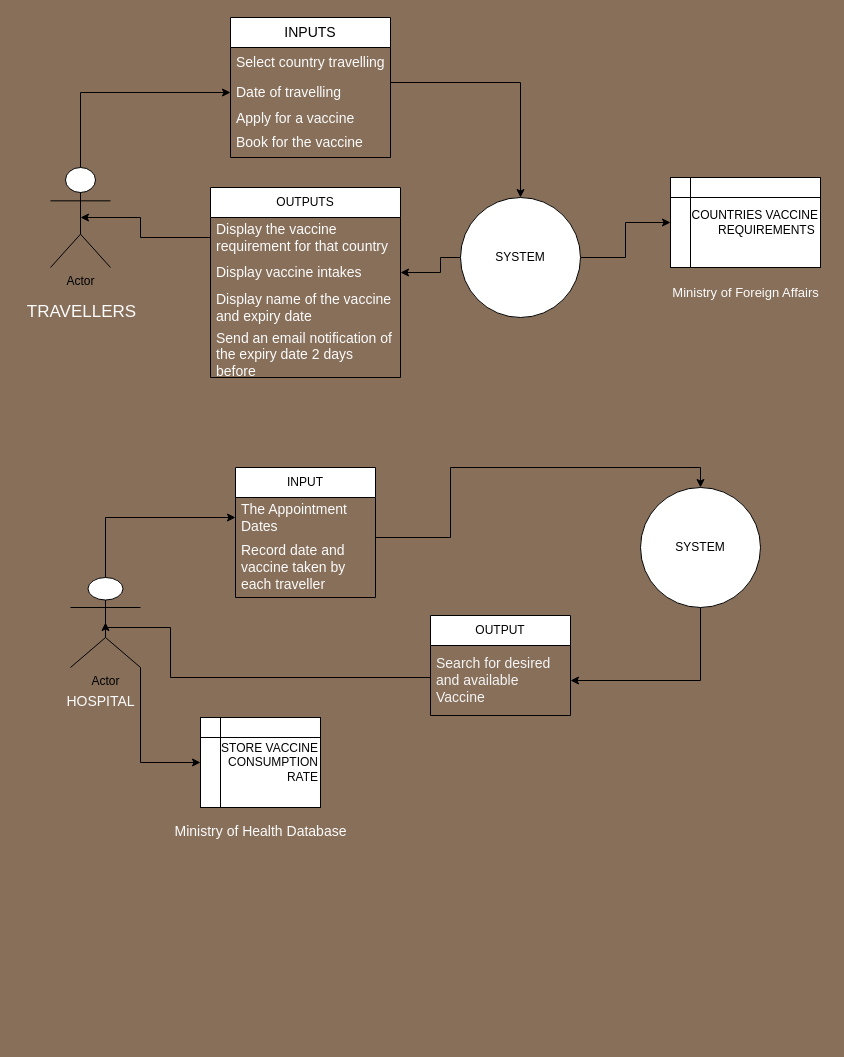
Thuo001/Sekani keeps this draw.io diagram as Untitled Diagram.drawio. Above is the earlier version. Source tidied: cells renumbered, new cells numbered last; positions are measured from the earlier drawing's top-left corner, leaving out a move shared by most shapes. Both pictures are drawn from the tidied source at 100%, with x=0, y=0 at pixel (17, 17).
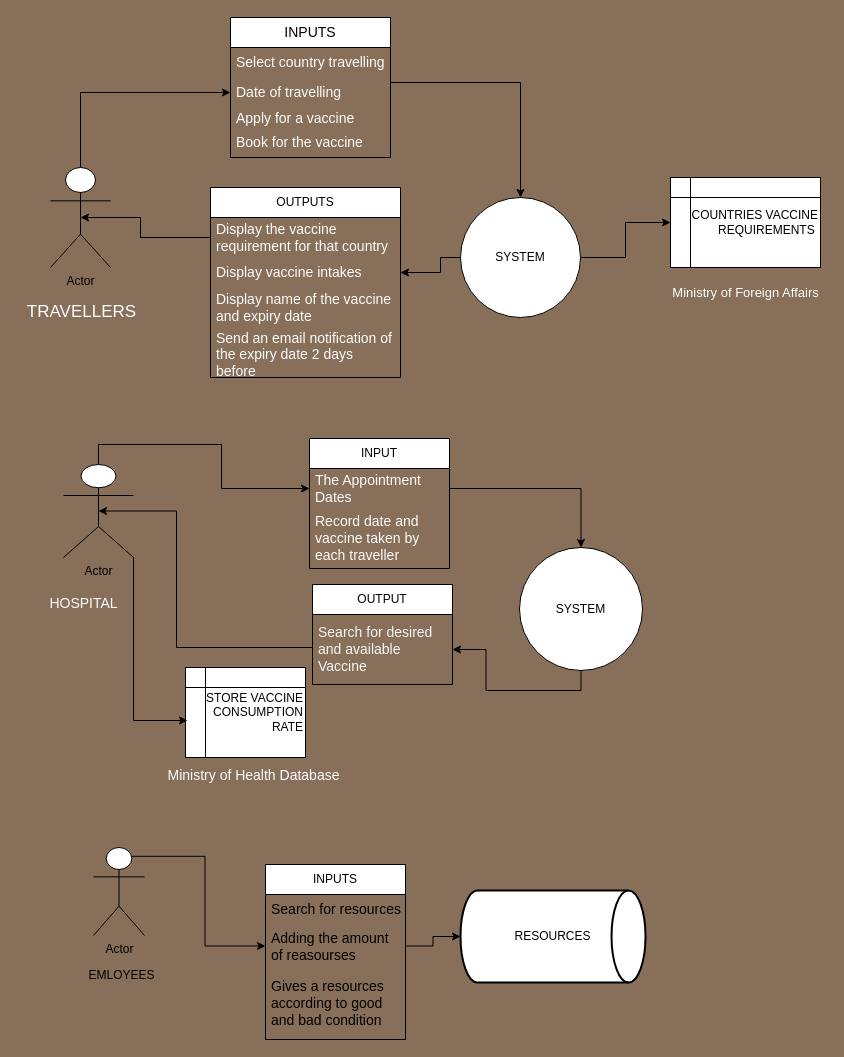
The same diagram, later.

The change refers to these unchanged cells:
```xml
<mxCell id="27" value="&lt;font color=&quot;#f5f5f5&quot; style=&quot;font-size: 14px;&quot;&gt;Search for desired and available Vaccine&lt;/font&gt;" style="text;strokeColor=none;fillColor=none;align=left;verticalAlign=middle;spacingLeft=4;spacingRight=4;overflow=hidden;points=[[0,0.5],[1,0.5]];portConstraint=eastwest;whiteSpace=wrap;html=1;" parent="26" vertex="1">
  <mxGeometry y="30" width="140" height="70" as="geometry" />
</mxCell>
<mxCell id="29" value="&lt;font color=&quot;#fcfcfc&quot; style=&quot;font-size: 14px;&quot;&gt;The Appointment Dates&lt;/font&gt;" style="text;strokeColor=none;fillColor=none;align=left;verticalAlign=middle;spacingLeft=4;spacingRight=4;overflow=hidden;points=[[0,0.5],[1,0.5]];portConstraint=eastwest;whiteSpace=wrap;html=1;" parent="28" vertex="1">
  <mxGeometry y="30" width="140" height="40" as="geometry" />
</mxCell>
```

What changed in the source:
```diff
@@
-    <mxCell id="23" style="edgeStyle=orthogonalEdgeStyle;rounded=0;jettySize=auto;html=1;exitX=1;exitY=1;exitDx=0;exitDy=0;exitPerimeter=0;entryX=0;entryY=0.5;entryDx=0;entryDy=0;" parent="1" edge="1" source="24" target="35">
-      <mxGeometry relative="1" as="geometry" />
-    </mxCell>
     <mxCell id="24" value="Actor" style="shape=umlActor;verticalLabelPosition=bottom;verticalAlign=top;html=1;outlineConnect=0;" parent="1" vertex="1">
-      <mxGeometry x="53" y="560" width="70" height="90" as="geometry" />
+      <mxGeometry x="46" y="447" width="70" height="93" as="geometry" />
     </mxCell>
     <mxCell id="25" value="&lt;font color=&quot;#fcfcfc&quot; style=&quot;font-size: 14px;&quot;&gt;HOSPITAL&lt;/font&gt;" style="text;html=1;align=center;verticalAlign=middle;strokeColor=none;fillColor=none;" parent="1" vertex="1">
-      <mxGeometry x="40" y="669" width="86" height="29" as="geometry" />
+      <mxGeometry x="23" y="571" width="86" height="29" as="geometry" />
     </mxCell>
     <mxCell id="26" value="OUTPUT" style="swimlane;fontStyle=0;horizontal=1;startSize=30;whiteSpace=wrap;html=1;" parent="1" vertex="1">
-      <mxGeometry x="413" y="598" width="140" height="100" as="geometry" />
+      <mxGeometry x="295" y="567" width="140" height="100" as="geometry" />
     </mxCell>
@@
+    <mxCell id="32" style="edgeStyle=orthogonalEdgeStyle;rounded=0;jettySize=auto;html=1;exitX=0.5;exitY=1;exitDx=0;exitDy=0;entryX=1;entryY=0.5;entryDx=0;entryDy=0;" parent="1" edge="1" source="33" target="27">
+      <mxGeometry relative="1" as="geometry" />
+    </mxCell>
+    <mxCell id="33" value="SYSTEM" style="ellipse;whiteSpace=wrap;html=1;" parent="1" vertex="1">
+      <mxGeometry x="502" y="530" width="123" height="123" as="geometry" />
+    </mxCell>
+    <mxCell id="36" value="&lt;font color=&quot;#fcfcfc&quot; style=&quot;font-size: 14px;&quot;&gt;Ministry of Health Database&lt;/font&gt;" style="text;html=1;align=center;verticalAlign=middle;strokeColor=none;fillColor=none;" parent="1" vertex="1">
+      <mxGeometry x="141" y="743" width="190" height="29" as="geometry" />
+    </mxCell>
     <mxCell id="28" value="INPUT" style="swimlane;fontStyle=0;horizontal=1;startSize=30;whiteSpace=wrap;html=1;" parent="1" vertex="1">
-      <mxGeometry x="218" y="450" width="140" height="130" as="geometry" />
+      <mxGeometry x="292" y="421" width="140" height="130" as="geometry" />
     </mxCell>
@@
+    <mxCell id="35" value="&lt;font color=&quot;#050505&quot;&gt;STORE VACCINE CONSUMPTION RATE&lt;/font&gt;" style="shape=internalStorage;whiteSpace=wrap;html=1;backgroundOutline=1;align=right;" parent="1" vertex="1">
+      <mxGeometry x="168" y="650" width="120" height="90" as="geometry" />
+    </mxCell>
+    <mxCell id="37" style="edgeStyle=orthogonalEdgeStyle;rounded=0;jettySize=auto;html=1;exitX=0.75;exitY=0.1;exitDx=0;exitDy=0;exitPerimeter=0;entryX=0;entryY=0.5;entryDx=0;entryDy=0;" parent="1" edge="1" source="38" target="42">
+      <mxGeometry relative="1" as="geometry" />
+    </mxCell>
+    <mxCell id="38" value="Actor" style="shape=umlActor;verticalLabelPosition=bottom;verticalAlign=top;html=1;outlineConnect=0;" parent="1" vertex="1">
+      <mxGeometry x="76" y="830" width="51" height="88" as="geometry" />
+    </mxCell>
+    <mxCell id="39" value="EMLOYEES" style="text;html=1;align=center;verticalAlign=middle;strokeColor=none;fillColor=none;" parent="1" vertex="1">
+      <mxGeometry x="62" y="945" width="84" height="26" as="geometry" />
+    </mxCell>
+    <mxCell id="40" value="INPUTS" style="swimlane;fontStyle=0;horizontal=1;startSize=30;whiteSpace=wrap;html=1;" parent="1" vertex="1">
+      <mxGeometry x="248" y="847" width="140" height="175" as="geometry" />
+    </mxCell>
+    <mxCell id="41" value="&lt;font style=&quot;font-size: 14px;&quot;&gt;Search for resources&lt;/font&gt;" style="text;strokeColor=none;fillColor=none;align=left;verticalAlign=middle;spacingLeft=4;spacingRight=4;overflow=hidden;whiteSpace=wrap;html=1;" parent="40" vertex="1">
+      <mxGeometry y="30" width="140" height="30" as="geometry" />
+    </mxCell>
+    <mxCell id="42" value="&lt;font style=&quot;font-size: 14px;&quot;&gt;Adding the amount of reasourses&lt;/font&gt;" style="text;strokeColor=none;fillColor=none;align=left;verticalAlign=middle;spacingLeft=4;spacingRight=4;overflow=hidden;points=[[0,0.5],[1,0.5]];portConstraint=eastwest;whiteSpace=wrap;html=1;" parent="40" vertex="1">
+      <mxGeometry y="60" width="140" height="43" as="geometry" />
+    </mxCell>
+    <mxCell id="43" value="&lt;font style=&quot;font-size: 14px;&quot;&gt;Gives a resources according to good and bad condition&lt;/font&gt;" style="text;strokeColor=none;fillColor=none;align=left;verticalAlign=middle;spacingLeft=4;spacingRight=4;overflow=hidden;whiteSpace=wrap;html=1;" parent="40" vertex="1">
+      <mxGeometry y="103" width="140" height="72" as="geometry" />
+    </mxCell>
+    <mxCell id="44" value="RESOURCES" style="strokeWidth=2;html=1;shape=mxgraph.flowchart.direct_data;whiteSpace=wrap;rotation=0;" parent="1" vertex="1">
+      <mxGeometry x="443" y="873" width="185" height="92" as="geometry" />
+    </mxCell>
+    <mxCell id="45" style="edgeStyle=orthogonalEdgeStyle;rounded=0;jettySize=auto;html=1;exitX=1;exitY=0.5;exitDx=0;exitDy=0;entryX=0;entryY=0.5;entryDx=0;entryDy=0;entryPerimeter=0;" parent="1" edge="1" source="42" target="44">
+      <mxGeometry relative="1" as="geometry" />
+    </mxCell>
     <mxCell id="31" style="edgeStyle=orthogonalEdgeStyle;rounded=0;jettySize=auto;html=1;exitX=0;exitY=0.5;exitDx=0;exitDy=0;entryX=0.5;entryY=0.5;entryDx=0;entryDy=0;entryPerimeter=0;" parent="1" edge="1" source="27" target="24">
       <mxGeometry relative="1" as="geometry">
         <Array as="points">
-          <mxPoint x="413" y="660" />
-          <mxPoint x="153" y="660" />
-          <mxPoint x="153" y="610" />
+          <mxPoint x="295" y="630" />
+          <mxPoint x="159" y="630" />
+          <mxPoint x="159" y="494" />
         </Array>
       </mxGeometry>
     </mxCell>
-    <mxCell id="32" style="edgeStyle=orthogonalEdgeStyle;rounded=0;jettySize=auto;html=1;exitX=0.5;exitY=1;exitDx=0;exitDy=0;entryX=1;entryY=0.5;entryDx=0;entryDy=0;" parent="1" edge="1" source="33" target="27">
-      <mxGeometry relative="1" as="geometry" />
-    </mxCell>
-    <mxCell id="33" value="SYSTEM" style="ellipse;whiteSpace=wrap;html=1;" parent="1" vertex="1">
-      <mxGeometry x="623" y="470" width="120" height="120" as="geometry" />
-    </mxCell>
-    <mxCell id="34" style="edgeStyle=orthogonalEdgeStyle;rounded=0;jettySize=auto;html=1;exitX=1;exitY=0.5;exitDx=0;exitDy=0;entryX=0.5;entryY=0;entryDx=0;entryDy=0;" parent="1" edge="1" source="29" target="33">
-      <mxGeometry relative="1" as="geometry">
-        <Array as="points">
-          <mxPoint x="358" y="520" />
-          <mxPoint x="433" y="520" />
-          <mxPoint x="433" y="450" />
-          <mxPoint x="683" y="450" />
-        </Array>
-      </mxGeometry>
+    <mxCell id="34" style="edgeStyle=orthogonalEdgeStyle;rounded=0;jettySize=auto;html=1;exitX=1;exitY=0.5;exitDx=0;exitDy=0;" parent="1" edge="1" source="29" target="33">
+      <mxGeometry relative="1" as="geometry" />
     </mxCell>
-    <mxCell id="35" value="&lt;font color=&quot;#050505&quot;&gt;STORE VACCINE CONSUMPTION RATE&lt;/font&gt;" style="shape=internalStorage;whiteSpace=wrap;html=1;backgroundOutline=1;align=right;" parent="1" vertex="1">
-      <mxGeometry x="183" y="700" width="120" height="90" as="geometry" />
-    </mxCell>
-    <mxCell id="36" value="&lt;font color=&quot;#fcfcfc&quot; style=&quot;font-size: 14px;&quot;&gt;Ministry of Health Database&lt;/font&gt;" style="text;html=1;align=center;verticalAlign=middle;strokeColor=none;fillColor=none;" parent="1" vertex="1">
-      <mxGeometry x="148" y="799" width="190" height="29" as="geometry" />
-    </mxCell>
+    <mxCell id="23" style="edgeStyle=orthogonalEdgeStyle;rounded=0;jettySize=auto;html=1;exitX=1;exitY=1;exitDx=0;exitDy=0;exitPerimeter=0;entryX=0.017;entryY=0.589;entryDx=0;entryDy=0;entryPerimeter=0;" parent="1" edge="1" source="24" target="35">
+      <mxGeometry relative="1" as="geometry">
+        <Array as="points">
+          <mxPoint x="116" y="703" />
+        </Array>
+      </mxGeometry>
+    </mxCell>
```
